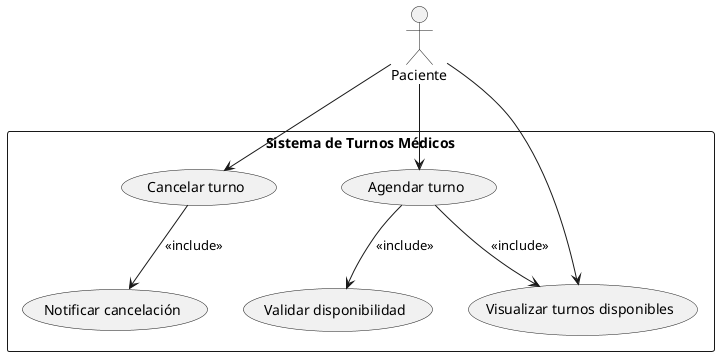
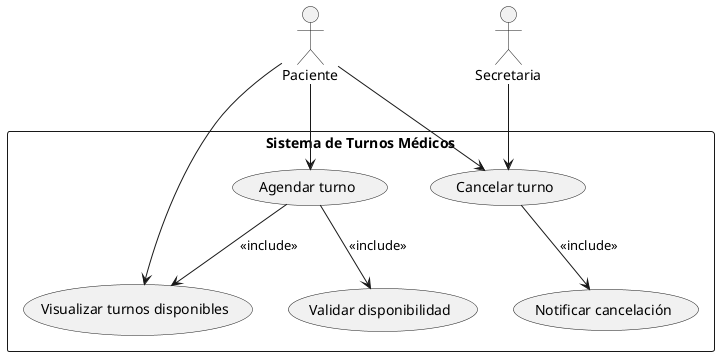
@startuml

actor Paciente
+ actor Secretaria
rectangle "Sistema de Turnos Médicos" {
  usecase "Visualizar turnos disponibles" as UC1
  usecase "Agendar turno" as UC2
  usecase "Cancelar turno" as UC3
  usecase "Validar disponibilidad" as UC4
  usecase "Notificar cancelación" as UC5

+   Paciente --> (UC1)
+   Paciente --> (UC2)
+   Paciente --> (UC3)
+   Secretaria --> (UC3)

- Paciente --> (UC1)
- Paciente --> (UC2)
- Paciente --> (UC3)
+   (UC2) --> (UC4) : <<include>>
+   (UC2) --> (UC1) : <<include>>

- (UC2) --> (UC4) : <<include>>
- (UC2) --> (UC1) : <<include>>
- 
- (UC3) --> (UC5) : <<include>>
+   (UC3) --> (UC5) : <<include>>

}
- @enduml+ @enduml
+ 
+ ' RC: Se recomienda separar los casos de uso "Visualizar turnos disponibles", "Agendar turno" y "Cancelar turno" en diagramas independientes para mayor claridad y agregar el actor Secretaria como actor principal en "Cancelar turno".